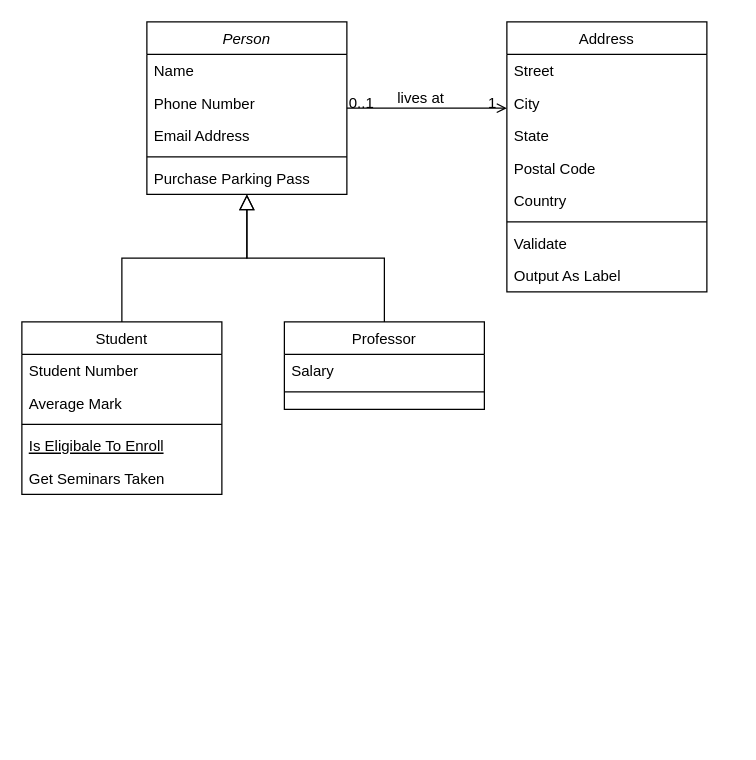
1395505/sudocoms3009-registration-app keeps this draw.io diagram as class diagram.drawio. Above is the earlier version. Source tidied: cells renumbered, new cells numbered last; positions are measured from the earlier drawing's top-left corner, leaving out a move shared by most shapes. Both pictures are drawn from the tidied source at 125%, with x=0, y=0 at pixel (21, 21).
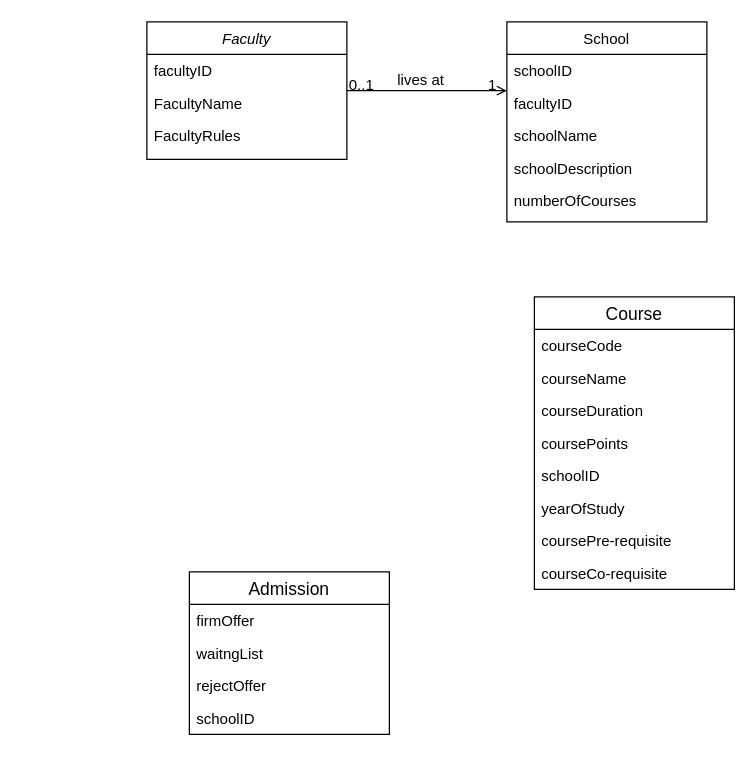
The same page after the edit.

The edit, as a diff of the source:
```diff
@@
-    <mxCell id="2" value="Person" style="swimlane;fontStyle=2;align=center;verticalAlign=top;horizontal=1;startSize=26;rounded=0;shadow=0;strokeWidth=1;" parent="1" vertex="1">
-      <mxGeometry x="100" width="160" height="138" as="geometry" />
+    <mxCell id="2" value="Faculty" style="swimlane;fontStyle=2;align=center;verticalAlign=top;horizontal=1;startSize=26;rounded=0;shadow=0;strokeWidth=1;" parent="1" vertex="1">
+      <mxGeometry x="100" width="160" height="110" as="geometry" />
     </mxCell>
-    <mxCell id="3" value="Name" style="text;align=left;verticalAlign=top;spacingLeft=4;spacingRight=4;overflow=hidden;" parent="2" vertex="1">
+    <mxCell id="3" value="facultyID" style="text;align=left;verticalAlign=top;spacingLeft=4;spacingRight=4;overflow=hidden;" parent="2" vertex="1">
       <mxGeometry y="26" width="160" height="26" as="geometry" />
     </mxCell>
-    <mxCell id="4" value="Phone Number" style="text;align=left;verticalAlign=top;spacingLeft=4;spacingRight=4;overflow=hidden;rounded=0;shadow=0;html=0;" parent="2" vertex="1">
+    <mxCell id="4" value="FacultyName" style="text;align=left;verticalAlign=top;spacingLeft=4;spacingRight=4;overflow=hidden;rounded=0;shadow=0;html=0;" parent="2" vertex="1">
       <mxGeometry y="52" width="160" height="26" as="geometry" />
     </mxCell>
-    <mxCell id="5" value="Email Address" style="text;align=left;verticalAlign=top;spacingLeft=4;spacingRight=4;overflow=hidden;rounded=0;shadow=0;html=0;" parent="2" vertex="1">
+    <mxCell id="5" value="FacultyRules" style="text;align=left;verticalAlign=top;spacingLeft=4;spacingRight=4;overflow=hidden;rounded=0;shadow=0;html=0;" parent="2" vertex="1">
       <mxGeometry y="78" width="160" height="26" as="geometry" />
     </mxCell>
-    <mxCell id="6" style="line;html=1;strokeWidth=1;align=left;verticalAlign=middle;spacingTop=-1;spacingLeft=3;spacingRight=3;labelPosition=right;" parent="2" vertex="1">
-      <mxGeometry y="104" width="160" height="8" as="geometry" />
-    </mxCell>
-    <mxCell id="7" value="Purchase Parking Pass" style="text;align=left;verticalAlign=top;spacingLeft=4;spacingRight=4;overflow=hidden;" parent="2" vertex="1">
-      <mxGeometry y="112" width="160" height="26" as="geometry" />
-    </mxCell>
-    <mxCell id="8" value="Student" style="swimlane;fontStyle=0;align=center;verticalAlign=top;horizontal=1;startSize=26;rounded=0;shadow=0;strokeWidth=1;" parent="1" vertex="1">
-      <mxGeometry y="240" width="160" height="138" as="geometry" />
-    </mxCell>
-    <mxCell id="9" value="Student Number" style="text;align=left;verticalAlign=top;spacingLeft=4;spacingRight=4;overflow=hidden;" parent="8" vertex="1">
-      <mxGeometry y="26" width="160" height="26" as="geometry" />
-    </mxCell>
-    <mxCell id="10" value="Average Mark" style="text;align=left;verticalAlign=top;spacingLeft=4;spacingRight=4;overflow=hidden;rounded=0;shadow=0;html=0;" parent="8" vertex="1">
-      <mxGeometry y="52" width="160" height="26" as="geometry" />
-    </mxCell>
-    <mxCell id="11" style="line;html=1;strokeWidth=1;align=left;verticalAlign=middle;spacingTop=-1;spacingLeft=3;spacingRight=3;labelPosition=right;" parent="8" vertex="1">
-      <mxGeometry y="78" width="160" height="8" as="geometry" />
-    </mxCell>
-    <mxCell id="12" value="Is Eligibale To Enroll" style="text;align=left;verticalAlign=top;spacingLeft=4;spacingRight=4;overflow=hidden;fontStyle=4;" parent="8" vertex="1">
-      <mxGeometry y="86" width="160" height="26" as="geometry" />
-    </mxCell>
-    <mxCell id="13" value="Get Seminars Taken" style="text;align=left;verticalAlign=top;spacingLeft=4;spacingRight=4;overflow=hidden;" parent="8" vertex="1">
-      <mxGeometry y="112" width="160" height="26" as="geometry" />
-    </mxCell>
-    <mxCell id="14" style="endArrow=block;endSize=10;endFill=0;shadow=0;strokeWidth=1;rounded=0;edgeStyle=elbowEdgeStyle;elbow=vertical;" parent="1" edge="1" source="8" target="2">
-      <mxGeometry relative="1" as="geometry" />
-    </mxCell>
-    <mxCell id="15" value="Professor" style="swimlane;fontStyle=0;align=center;verticalAlign=top;horizontal=1;startSize=26;rounded=0;shadow=0;strokeWidth=1;" parent="1" vertex="1">
-      <mxGeometry x="210" y="240" width="160" height="70" as="geometry" />
-    </mxCell>
-    <mxCell id="16" value="Salary" style="text;align=left;verticalAlign=top;spacingLeft=4;spacingRight=4;overflow=hidden;" parent="15" vertex="1">
-      <mxGeometry y="26" width="160" height="26" as="geometry" />
-    </mxCell>
-    <mxCell id="17" style="line;html=1;strokeWidth=1;align=left;verticalAlign=middle;spacingTop=-1;spacingLeft=3;spacingRight=3;labelPosition=right;" parent="15" vertex="1">
-      <mxGeometry y="52" width="160" height="8" as="geometry" />
-    </mxCell>
-    <mxCell id="18" style="endArrow=block;endSize=10;endFill=0;shadow=0;strokeWidth=1;rounded=0;edgeStyle=elbowEdgeStyle;elbow=vertical;" parent="1" edge="1" source="15" target="2">
-      <mxGeometry relative="1" as="geometry" />
-    </mxCell>
-    <mxCell id="19" value="Address" style="swimlane;fontStyle=0;align=center;verticalAlign=top;horizontal=1;startSize=26;rounded=0;shadow=0;strokeWidth=1;" parent="1" vertex="1">
-      <mxGeometry x="388" width="160" height="216" as="geometry" />
+    <mxCell id="19" value="School" style="swimlane;fontStyle=0;align=center;verticalAlign=top;horizontal=1;startSize=26;rounded=0;shadow=0;strokeWidth=1;" parent="1" vertex="1">
+      <mxGeometry x="388" width="160" height="160" as="geometry" />
     </mxCell>
-    <mxCell id="20" value="Street" style="text;align=left;verticalAlign=top;spacingLeft=4;spacingRight=4;overflow=hidden;" parent="19" vertex="1">
+    <mxCell id="20" value="schoolID" style="text;align=left;verticalAlign=top;spacingLeft=4;spacingRight=4;overflow=hidden;" parent="19" vertex="1">
       <mxGeometry y="26" width="160" height="26" as="geometry" />
     </mxCell>
-    <mxCell id="21" value="City" style="text;align=left;verticalAlign=top;spacingLeft=4;spacingRight=4;overflow=hidden;rounded=0;shadow=0;html=0;" parent="19" vertex="1">
+    <mxCell id="21" value="facultyID" style="text;align=left;verticalAlign=top;spacingLeft=4;spacingRight=4;overflow=hidden;rounded=0;shadow=0;html=0;" parent="19" vertex="1">
       <mxGeometry y="52" width="160" height="26" as="geometry" />
     </mxCell>
-    <mxCell id="22" value="State" style="text;align=left;verticalAlign=top;spacingLeft=4;spacingRight=4;overflow=hidden;rounded=0;shadow=0;html=0;" parent="19" vertex="1">
+    <mxCell id="22" value="schoolName" style="text;align=left;verticalAlign=top;spacingLeft=4;spacingRight=4;overflow=hidden;rounded=0;shadow=0;html=0;" parent="19" vertex="1">
       <mxGeometry y="78" width="160" height="26" as="geometry" />
     </mxCell>
-    <mxCell id="23" value="Postal Code" style="text;align=left;verticalAlign=top;spacingLeft=4;spacingRight=4;overflow=hidden;rounded=0;shadow=0;html=0;" parent="19" vertex="1">
+    <mxCell id="23" value="schoolDescription" style="text;align=left;verticalAlign=top;spacingLeft=4;spacingRight=4;overflow=hidden;rounded=0;shadow=0;html=0;" parent="19" vertex="1">
       <mxGeometry y="104" width="160" height="26" as="geometry" />
     </mxCell>
-    <mxCell id="24" value="Country" style="text;align=left;verticalAlign=top;spacingLeft=4;spacingRight=4;overflow=hidden;rounded=0;shadow=0;html=0;" parent="19" vertex="1">
+    <mxCell id="24" value="numberOfCourses" style="text;align=left;verticalAlign=top;spacingLeft=4;spacingRight=4;overflow=hidden;rounded=0;shadow=0;html=0;" parent="19" vertex="1">
       <mxGeometry y="130" width="160" height="26" as="geometry" />
     </mxCell>
-    <mxCell id="25" style="line;html=1;strokeWidth=1;align=left;verticalAlign=middle;spacingTop=-1;spacingLeft=3;spacingRight=3;labelPosition=right;" parent="19" vertex="1">
-      <mxGeometry y="156" width="160" height="8" as="geometry" />
-    </mxCell>
-    <mxCell id="26" value="Validate" style="text;align=left;verticalAlign=top;spacingLeft=4;spacingRight=4;overflow=hidden;" parent="19" vertex="1">
-      <mxGeometry y="164" width="160" height="26" as="geometry" />
-    </mxCell>
-    <mxCell id="27" value="Output As Label" style="text;align=left;verticalAlign=top;spacingLeft=4;spacingRight=4;overflow=hidden;" parent="19" vertex="1">
-      <mxGeometry y="190" width="160" height="26" as="geometry" />
-    </mxCell>
@@
+    <mxCell id="32" value="Course" style="swimlane;fontStyle=0;horizontal=1;startSize=26;align=center;fontSize=14;" parent="1" vertex="1">
+      <mxGeometry x="410" y="220" width="160" height="234" as="geometry" />
+    </mxCell>
+    <mxCell id="33" value="courseCode" style="text;strokeColor=none;fillColor=none;spacingLeft=4;spacingRight=4;overflow=hidden;fontSize=12;" parent="32" vertex="1">
+      <mxGeometry y="26" width="160" height="26" as="geometry" />
+    </mxCell>
+    <mxCell id="34" value="courseName" style="text;strokeColor=none;fillColor=none;spacingLeft=4;spacingRight=4;overflow=hidden;fontSize=12;" parent="32" vertex="1">
+      <mxGeometry y="52" width="160" height="26" as="geometry" />
+    </mxCell>
+    <mxCell id="35" value="courseDuration" style="text;strokeColor=none;fillColor=none;spacingLeft=4;spacingRight=4;overflow=hidden;fontSize=12;" parent="32" vertex="1">
+      <mxGeometry y="78" width="160" height="26" as="geometry" />
+    </mxCell>
+    <mxCell id="36" value="coursePoints" style="text;strokeColor=none;fillColor=none;spacingLeft=4;spacingRight=4;overflow=hidden;fontSize=12;" parent="32" vertex="1">
+      <mxGeometry y="104" width="160" height="26" as="geometry" />
+    </mxCell>
+    <mxCell id="37" value="schoolID" style="text;strokeColor=none;fillColor=none;spacingLeft=4;spacingRight=4;overflow=hidden;fontSize=12;" parent="32" vertex="1">
+      <mxGeometry y="130" width="160" height="26" as="geometry" />
+    </mxCell>
+    <mxCell id="38" value="yearOfStudy" style="text;strokeColor=none;fillColor=none;spacingLeft=4;spacingRight=4;overflow=hidden;fontSize=12;" parent="32" vertex="1">
+      <mxGeometry y="156" width="160" height="26" as="geometry" />
+    </mxCell>
+    <mxCell id="39" value="coursePre-requisite" style="text;strokeColor=none;fillColor=none;spacingLeft=4;spacingRight=4;overflow=hidden;fontSize=12;" parent="32" vertex="1">
+      <mxGeometry y="182" width="160" height="26" as="geometry" />
+    </mxCell>
+    <mxCell id="40" value="courseCo-requisite" style="text;strokeColor=none;fillColor=none;spacingLeft=4;spacingRight=4;overflow=hidden;fontSize=12;" parent="32" vertex="1">
+      <mxGeometry y="208" width="160" height="26" as="geometry" />
+    </mxCell>
+    <mxCell id="41" value="Admission" style="swimlane;fontStyle=0;horizontal=1;startSize=26;align=center;fontSize=14;" parent="1" vertex="1">
+      <mxGeometry x="134" y="440" width="160" height="130" as="geometry" />
+    </mxCell>
+    <mxCell id="42" value="firmOffer" style="text;strokeColor=none;fillColor=none;spacingLeft=4;spacingRight=4;overflow=hidden;fontSize=12;" parent="41" vertex="1">
+      <mxGeometry y="26" width="160" height="26" as="geometry" />
+    </mxCell>
+    <mxCell id="43" value="waitngList" style="text;strokeColor=none;fillColor=none;spacingLeft=4;spacingRight=4;overflow=hidden;fontSize=12;" parent="41" vertex="1">
+      <mxGeometry y="52" width="160" height="26" as="geometry" />
+    </mxCell>
+    <mxCell id="44" value="rejectOffer" style="text;strokeColor=none;fillColor=none;spacingLeft=4;spacingRight=4;overflow=hidden;fontSize=12;" parent="41" vertex="1">
+      <mxGeometry y="78" width="160" height="26" as="geometry" />
+    </mxCell>
+    <mxCell id="45" value="schoolID" style="text;strokeColor=none;fillColor=none;spacingLeft=4;spacingRight=4;overflow=hidden;fontSize=12;" parent="41" vertex="1">
+      <mxGeometry y="104" width="160" height="26" as="geometry" />
+    </mxCell>
```
